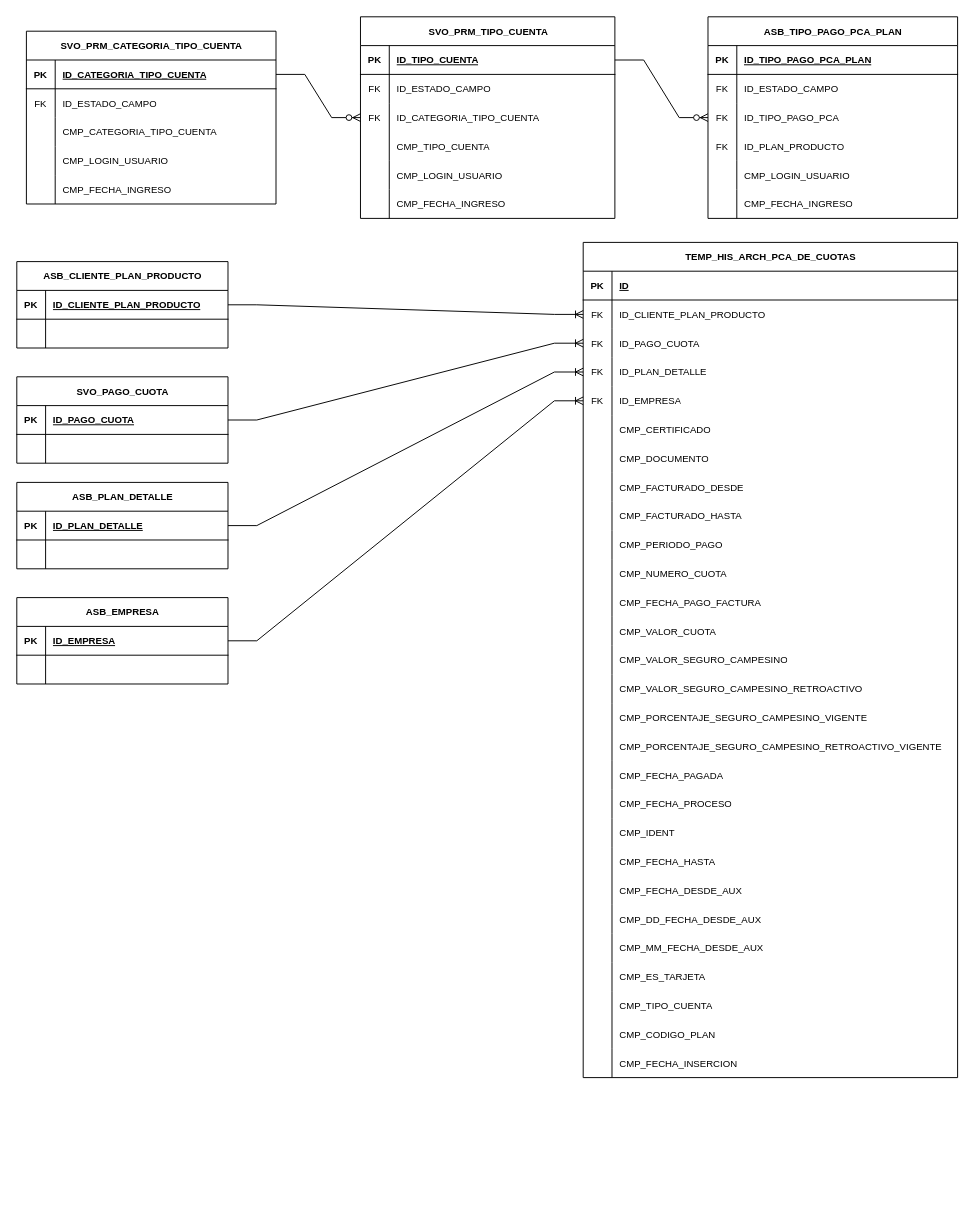
This is Diagrama_ER_PCA_Cuotas.drawio from dmateoval/Diagramas, a draw.io file, before an edit. Source tidied: cells renumbered, new cells numbered last; positions are measured from the earlier drawing's top-left corner, leaving out a move shared by most shapes. Both pictures are drawn from the tidied source at 96%, with x=0, y=0 at pixel (16, 16).
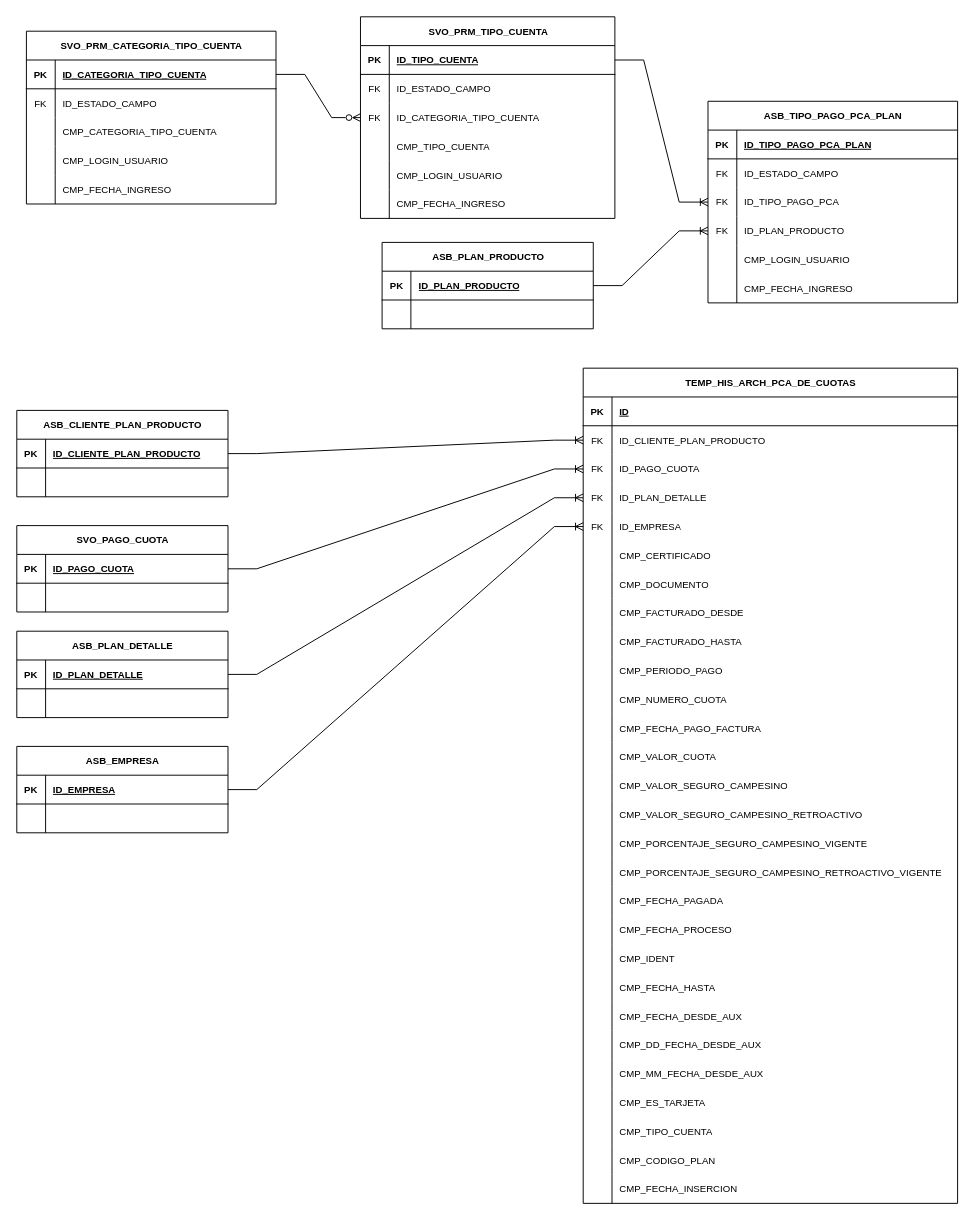
The same page after the edit.

The change refers to these unchanged cells:
```xml
<mxCell id="3" style="shape=tableRow;horizontal=0;startSize=0;swimlaneHead=0;swimlaneBody=0;fillColor=none;points=[[0,0.5],[1,0.5]];portConstraint=eastwest;top=0;left=0;right=0;bottom=1;" parent="2" vertex="1">
  <mxGeometry y="30" width="260" height="30" as="geometry" />
</mxCell>
<mxCell id="19" style="shape=tableRow;horizontal=0;startSize=0;swimlaneHead=0;swimlaneBody=0;fillColor=none;points=[[0,0.5],[1,0.5]];portConstraint=eastwest;top=0;left=0;right=0;bottom=1;" parent="18" vertex="1">
  <mxGeometry y="30" width="265" height="30" as="geometry" />
</mxCell>
<mxCell id="25" style="shape=tableRow;horizontal=0;startSize=0;swimlaneHead=0;swimlaneBody=0;fillColor=none;points=[[0,0.5],[1,0.5]];portConstraint=eastwest;top=0;left=0;right=0;bottom=0;" parent="18" vertex="1">
  <mxGeometry y="90" width="265" height="30" as="geometry" />
</mxCell>
<mxCell id="44" style="shape=tableRow;horizontal=0;startSize=0;swimlaneHead=0;swimlaneBody=0;fillColor=none;points=[[0,0.5],[1,0.5]];portConstraint=eastwest;top=0;left=0;right=0;bottom=0;" parent="37" vertex="1">
  <mxGeometry y="90" width="260" height="30" as="geometry" />
</mxCell>
<mxCell id="47" style="shape=tableRow;horizontal=0;startSize=0;swimlaneHead=0;swimlaneBody=0;fillColor=none;points=[[0,0.5],[1,0.5]];portConstraint=eastwest;top=0;left=0;right=0;bottom=0;" parent="37" vertex="1">
  <mxGeometry y="120" width="260" height="30" as="geometry" />
</mxCell>
```

The edit, as a diff of the source:
```diff
@@
     <mxCell id="37" value="ASB_TIPO_PAGO_PCA_PLAN" style="shape=table;startSize=30;childLayout=tableLayout;rowLines=0;fontStyle=1;align=center;html=1;fontSize=10;" parent="1" vertex="1">
-      <mxGeometry x="720" width="260" height="210" as="geometry" />
+      <mxGeometry x="720" y="88" width="260" height="210" as="geometry" />
     </mxCell>
@@
-    <mxCell id="56" style="edgeStyle=entityRelationEdgeStyle;fontSize=12;html=1;endArrow=ERzeroToMany;endFill=1;rounded=0;exitX=1;exitY=0.5;exitDx=0;exitDy=0;entryX=0;entryY=0.5;entryDx=0;entryDy=0;" parent="1" edge="1" source="3" target="25">
+    <mxCell id="56" style="edgeStyle=entityRelationEdgeStyle;fontSize=12;html=1;endArrow=ERzeroToMany;endFill=0;rounded=0;exitX=1;exitY=0.5;exitDx=0;exitDy=0;entryX=0;entryY=0.5;entryDx=0;entryDy=0;" parent="1" edge="1" source="3" target="25">
       <mxGeometry relative="1" as="geometry" />
     </mxCell>
-    <mxCell id="57" style="edgeStyle=entityRelationEdgeStyle;fontSize=12;html=1;endArrow=ERzeroToMany;endFill=1;rounded=0;exitX=1;exitY=0.5;exitDx=0;exitDy=0;entryX=0;entryY=0.5;entryDx=0;entryDy=0;" parent="1" edge="1" source="19" target="44">
+    <mxCell id="57" style="edgeStyle=entityRelationEdgeStyle;fontSize=12;html=1;endArrow=ERoneToMany;endFill=0;rounded=0;exitX=1;exitY=0.5;exitDx=0;exitDy=0;entryX=0;entryY=0.5;entryDx=0;entryDy=0;" parent="1" edge="1" source="19" target="44">
       <mxGeometry relative="1" as="geometry" />
     </mxCell>
     <mxCell id="58" value="TEMP_HIS_ARCH_PCA_DE_CUOTAS" style="shape=table;startSize=30;childLayout=tableLayout;rowLines=0;fontStyle=1;align=center;html=1;fontSize=10;" parent="1" vertex="1">
-      <mxGeometry x="590" y="235" width="390" height="870" as="geometry" />
+      <mxGeometry x="590" y="366" width="390" height="870" as="geometry" />
     </mxCell>
@@
     <mxCell id="143" value="ASB_CLIENTE_PLAN_PRODUCTO" style="shape=table;startSize=30;childLayout=tableLayout;rowLines=0;fontStyle=1;align=center;html=1;fontSize=10;" parent="1" vertex="1">
-      <mxGeometry y="255" width="220" height="90" as="geometry" />
+      <mxGeometry y="410" width="220" height="90" as="geometry" />
     </mxCell>
@@
     <mxCell id="150" value="SVO_PAGO_CUOTA" style="shape=table;startSize=30;childLayout=tableLayout;rowLines=0;fontStyle=1;align=center;html=1;fontSize=10;" parent="1" vertex="1">
-      <mxGeometry y="375" width="220" height="90" as="geometry" />
+      <mxGeometry y="530" width="220" height="90" as="geometry" />
     </mxCell>
@@
     <mxCell id="157" value="ASB_PLAN_DETALLE" style="shape=table;startSize=30;childLayout=tableLayout;rowLines=0;fontStyle=1;align=center;html=1;fontSize=10;" parent="1" vertex="1">
-      <mxGeometry y="485" width="220" height="90" as="geometry" />
+      <mxGeometry y="640" width="220" height="90" as="geometry" />
     </mxCell>
@@
     <mxCell id="164" value="ASB_EMPRESA" style="shape=table;startSize=30;childLayout=tableLayout;rowLines=0;fontStyle=1;align=center;html=1;fontSize=10;" parent="1" vertex="1">
-      <mxGeometry y="605" width="220" height="90" as="geometry" />
+      <mxGeometry y="760" width="220" height="90" as="geometry" />
     </mxCell>
@@
+    <mxCell id="175" value="ASB_PLAN_PRODUCTO" style="shape=table;startSize=30;childLayout=tableLayout;rowLines=0;fontStyle=1;align=center;html=1;fontSize=10;" parent="1" vertex="1">
+      <mxGeometry x="380.5" y="235" width="220" height="90" as="geometry" />
+    </mxCell>
+    <mxCell id="176" style="shape=tableRow;horizontal=0;startSize=0;swimlaneHead=0;swimlaneBody=0;fillColor=none;points=[[0,0.5],[1,0.5]];portConstraint=eastwest;top=0;left=0;right=0;bottom=1;" parent="175" vertex="1">
+      <mxGeometry y="30" width="220" height="30" as="geometry" />
+    </mxCell>
+    <mxCell id="177" value="PK" style="shape=partialRectangle;fillColor=none;top=0;left=0;bottom=0;right=0;fontStyle=1;overflow=hidden;whiteSpace=wrap;html=1;fontSize=10;" parent="176" vertex="1">
+      <mxGeometry width="30" height="30" as="geometry" />
+    </mxCell>
+    <mxCell id="178" value="ID_PLAN_PRODUCTO" style="shape=partialRectangle;fillColor=none;top=0;left=0;bottom=0;right=0;align=left;spacingLeft=6;fontStyle=5;overflow=hidden;whiteSpace=wrap;html=1;fontSize=10;" parent="176" vertex="1">
+      <mxGeometry x="30" width="190" height="30" as="geometry" />
+    </mxCell>
+    <mxCell id="179" style="shape=tableRow;horizontal=0;startSize=0;swimlaneHead=0;swimlaneBody=0;fillColor=none;top=0;left=0;right=0;bottom=0;" parent="175" vertex="1">
+      <mxGeometry y="60" width="220" height="30" as="geometry" />
+    </mxCell>
+    <mxCell id="180" style="shape=partialRectangle;fillColor=none;top=0;left=0;bottom=0;right=0;overflow=hidden;whiteSpace=wrap;html=1;fontSize=10;" parent="179" vertex="1">
+      <mxGeometry width="30" height="30" as="geometry" />
+    </mxCell>
+    <mxCell id="181" style="shape=partialRectangle;fillColor=none;top=0;left=0;bottom=0;right=0;align=left;spacingLeft=6;overflow=hidden;whiteSpace=wrap;html=1;fontSize=10;" parent="179" vertex="1">
+      <mxGeometry x="30" width="190" height="30" as="geometry" />
+    </mxCell>
+    <mxCell id="182" style="edgeStyle=entityRelationEdgeStyle;fontSize=12;html=1;endArrow=ERoneToMany;endFill=0;rounded=0;exitX=1;exitY=0.5;exitDx=0;exitDy=0;entryX=0;entryY=0.5;entryDx=0;entryDy=0;" parent="1" edge="1" source="176" target="47">
+      <mxGeometry relative="1" as="geometry" />
+    </mxCell>
```
